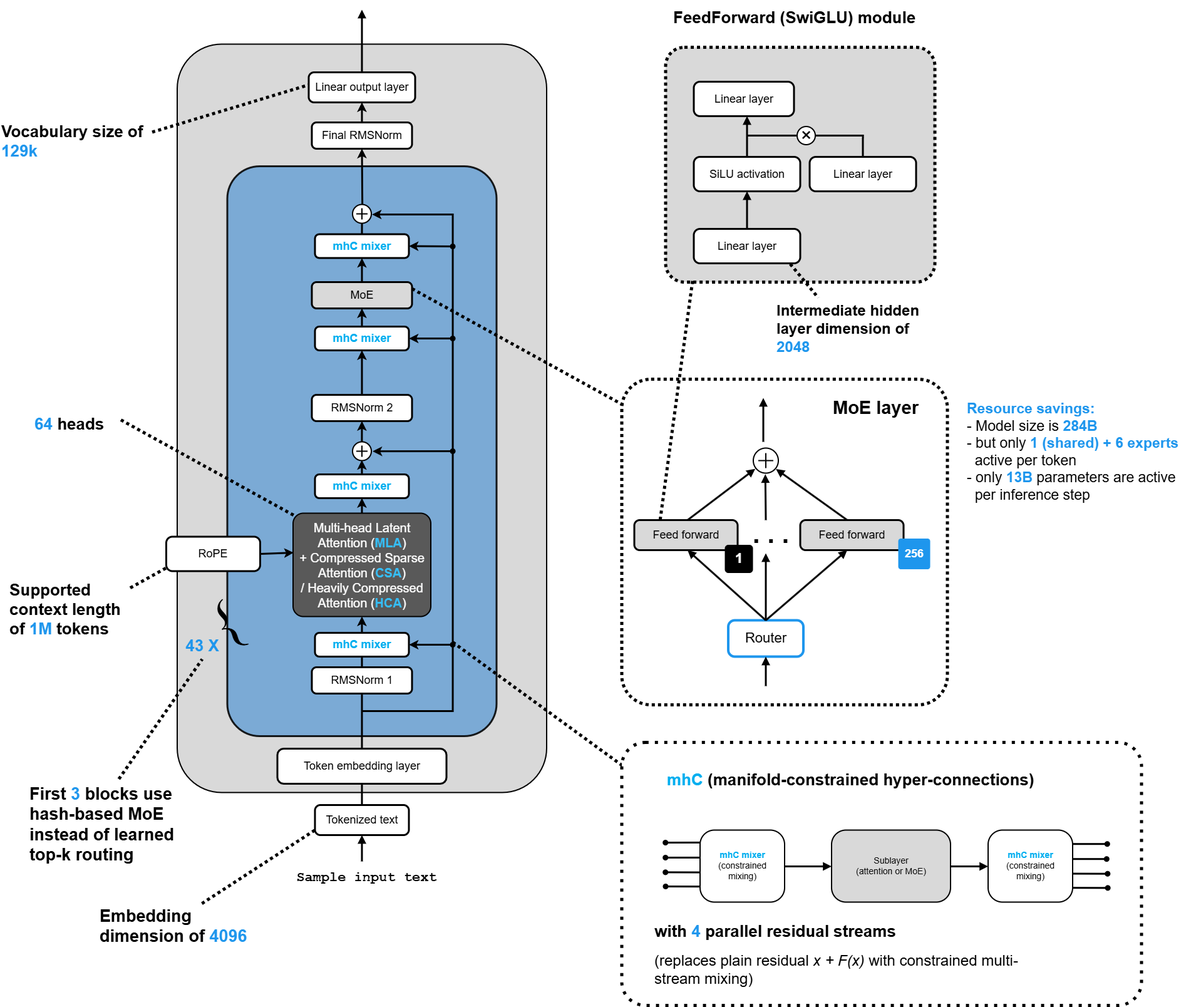
This is Models/DeepSeek/DeepSeek V4-Flash(284B).drawio.png from EarthWind/deeparch, a draw.io export, as it was before one commit. Source tidied: cells renumbered, new cells last; positions are measured from the earlier drawing's top-left corner, leaving out a move shared by most shapes.
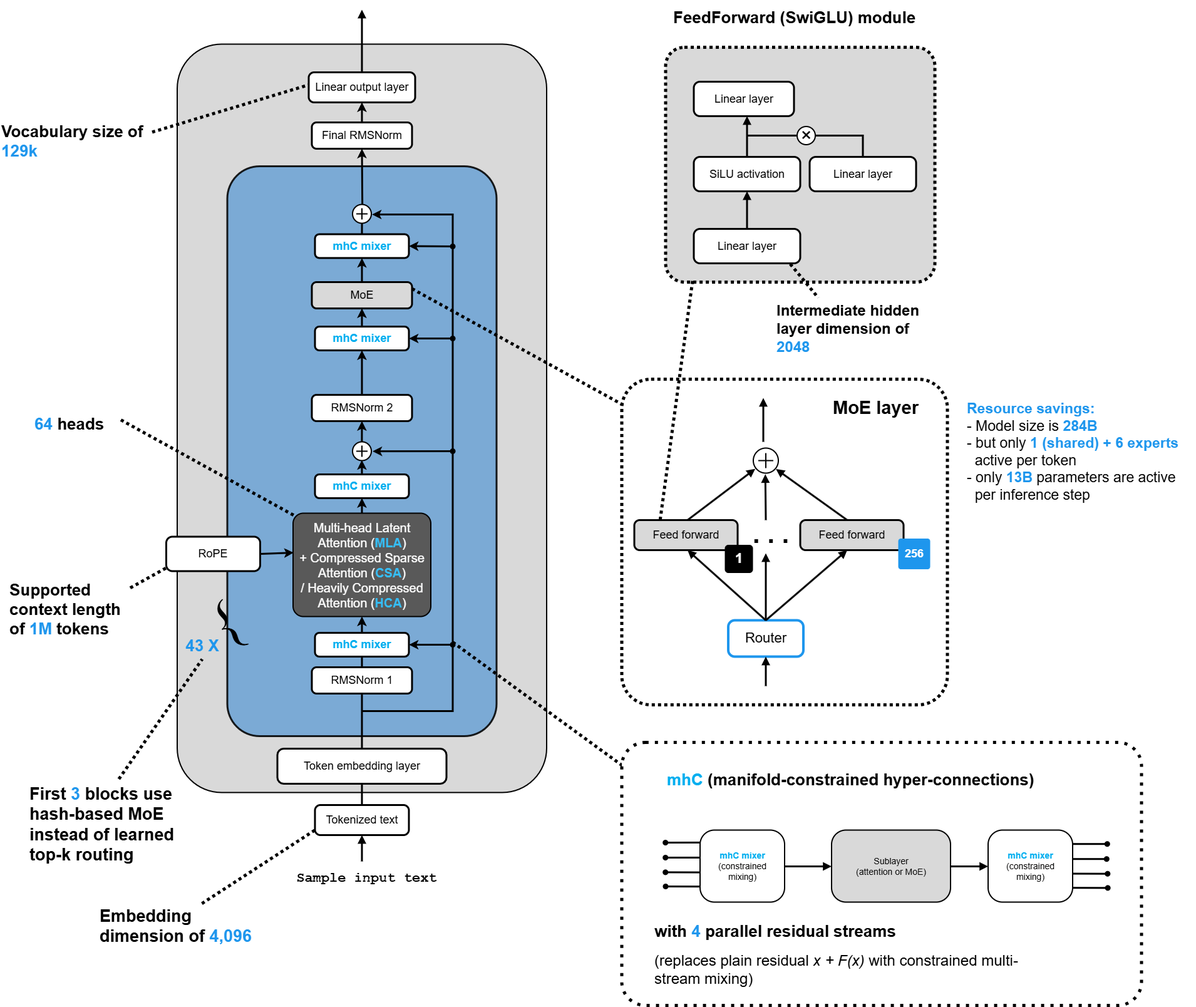
After the change.

The edit, as a diff of the source:
```diff
@@ -92,7 +92,7 @@
     <mxCell id="29" style="endArrow=none;html=1;rounded=0;strokeWidth=5;strokeColor=#000000;dashed=1;dashPattern=1 1;entryX=0.5;entryY=1;entryDx=0;entryDy=0;exitX=0.566;exitY=-0.01;exitDx=0;exitDy=0;exitPerimeter=0;" parent="1" edge="1" source="28" target="20">
       <mxGeometry relative="1" as="geometry" />
     </mxCell>
-    <mxCell id="30" value="Embedding&lt;br&gt;dimension of &lt;font color=&quot;#1e96ed&quot;&gt;4096&lt;/font&gt;" style="text;html=1;strokeColor=none;fillColor=none;align=left;verticalAlign=top;whiteSpace=wrap;rounded=0;fontFamily=Arial;fontStyle=1;fontSize=28;fontColor=#000000;fontSize=27;" parent="1" vertex="1">
+    <mxCell id="30" value="Embedding&lt;br&gt;dimension of &lt;font color=&quot;#1e96ed&quot;&gt;4,096&lt;/font&gt;" style="text;html=1;strokeColor=none;fillColor=none;align=left;verticalAlign=top;whiteSpace=wrap;rounded=0;fontFamily=Arial;fontStyle=1;fontSize=28;fontColor=#000000;fontSize=27;" parent="1" vertex="1">
       <mxGeometry x="157" y="1440" width="295" height="80" as="geometry" />
     </mxCell>
     <mxCell id="31" style="endArrow=none;html=1;rounded=0;strokeWidth=5;strokeColor=#000000;dashed=1;dashPattern=1 1;exitX=0.559;exitY=0.029;exitDx=0;exitDy=0;exitPerimeter=0;" parent="1" edge="1" source="30">
```
